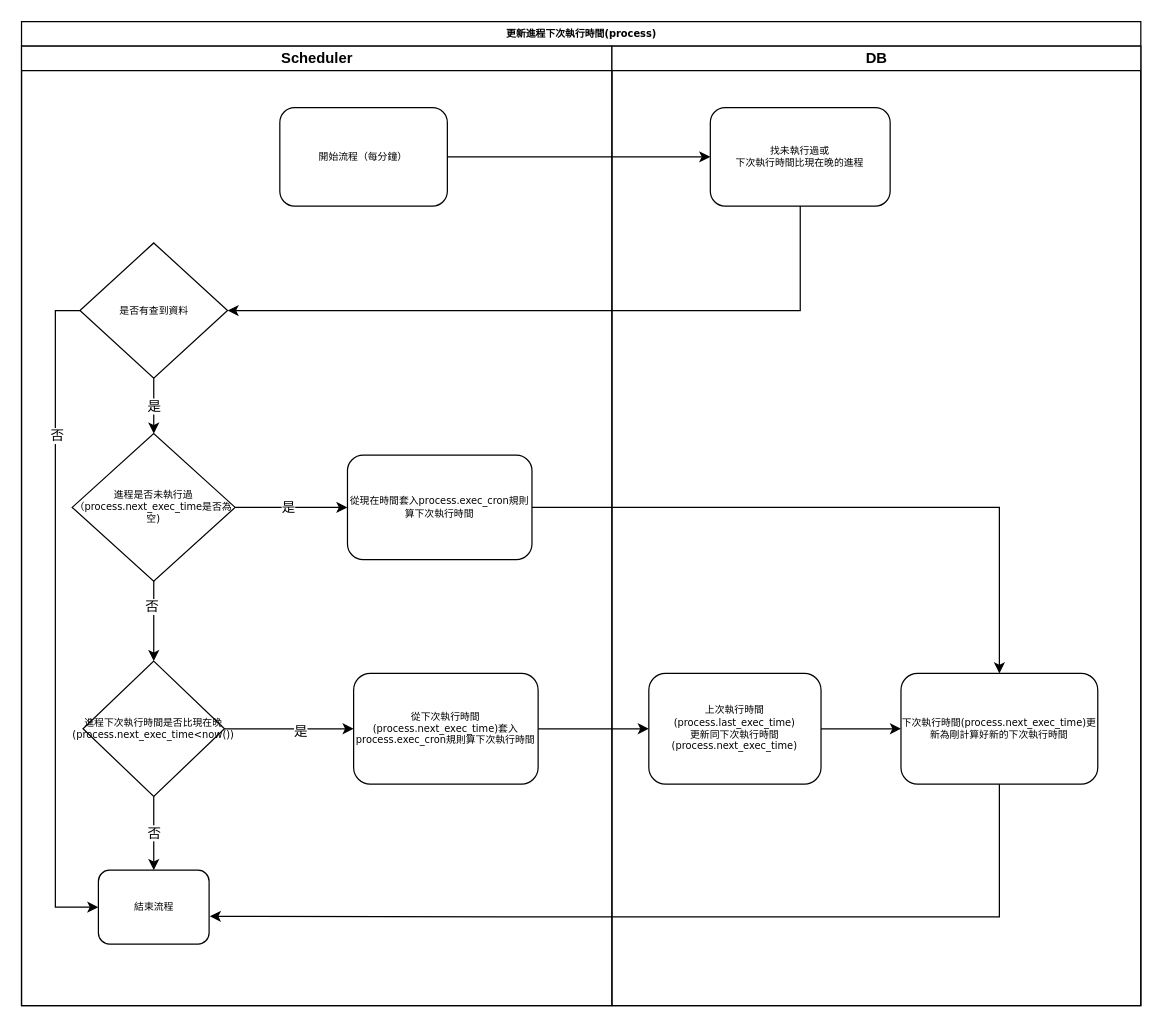
Before: draw-io/Untitled Diagram.drawio in shannonCg/diagram, a draw.io diagram. Source tidied: cells renumbered, new cells numbered last; positions are measured from the earlier drawing's top-left corner, leaving out a move shared by most shapes. Both pictures are drawn from the tidied source at 123%, with x=0, y=0 at pixel (21, 21).
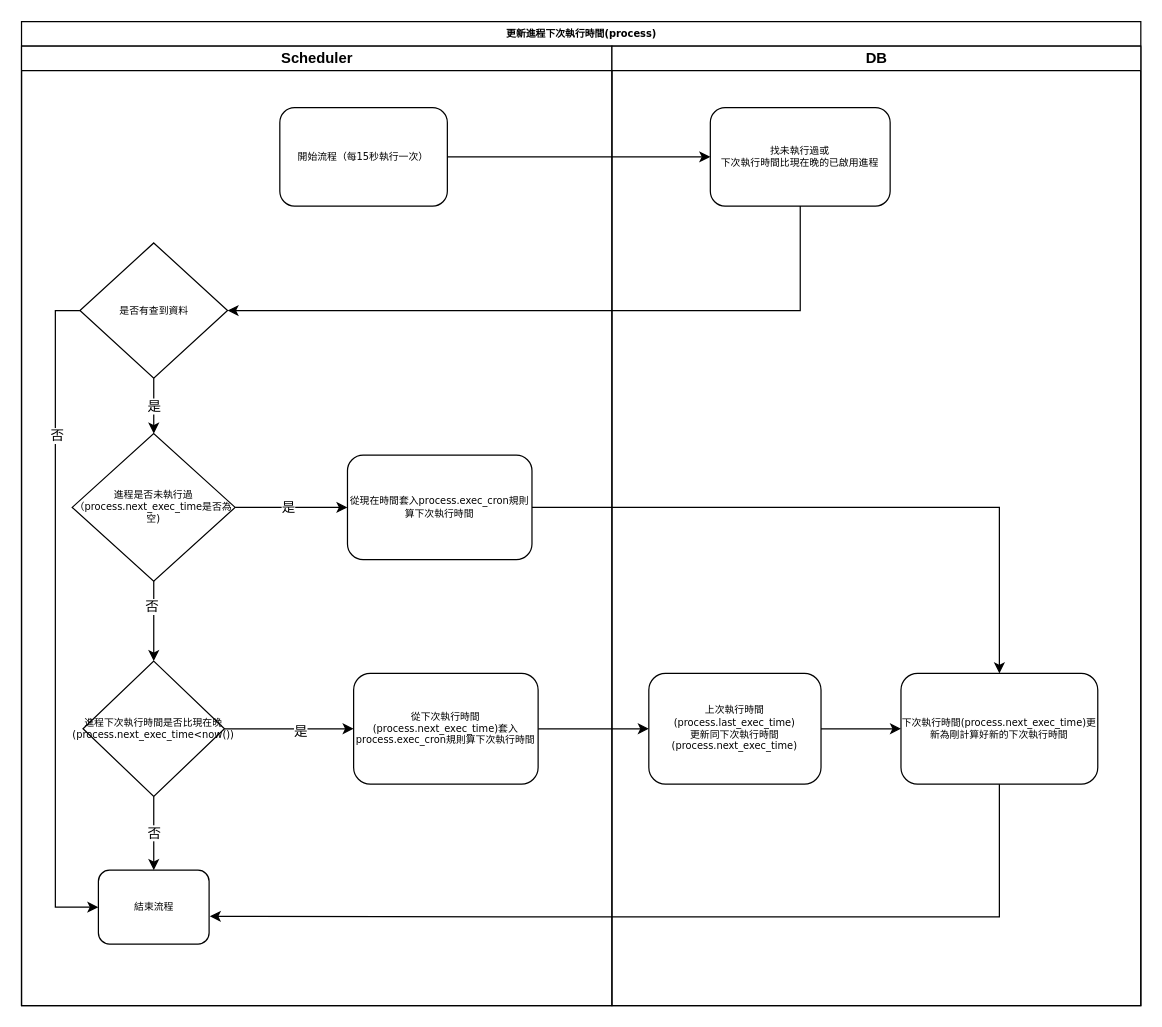
Above is the later version.

The change refers to these unchanged cells:
```xml
<mxCell id="5" value="Scheduler" style="swimlane;html=1;startSize=20;" parent="2" vertex="1">
  <mxGeometry y="20" width="480" height="780" as="geometry" />
</mxCell>
<mxCell id="23" value="DB" style="swimlane;html=1;startSize=20;" parent="2" vertex="1">
  <mxGeometry x="480" y="20" width="430" height="780" as="geometry" />
</mxCell>
```

Change to the diagram source:
```diff
@@
-    <mxCell id="18" value="開始流程（每分鐘）" style="rounded=1;whiteSpace=wrap;html=1;shadow=0;labelBackgroundColor=none;strokeWidth=1;fontFamily=Verdana;fontSize=8;align=center;" parent="5" vertex="1">
+    <mxCell id="18" value="開始流程（每15秒執行一次）" style="rounded=1;whiteSpace=wrap;html=1;shadow=0;labelBackgroundColor=none;strokeWidth=1;fontFamily=Verdana;fontSize=8;align=center;" parent="5" vertex="1">
       <mxGeometry x="210" y="50" width="136.2" height="80" as="geometry" />
     </mxCell>
@@
-    <mxCell id="27" value="找未執行過或&lt;br&gt;下次執行時間比現在晚的進程" style="whiteSpace=wrap;html=1;fontSize=8;fontFamily=Verdana;rounded=1;shadow=0;labelBackgroundColor=none;strokeWidth=1;" parent="23" vertex="1">
+    <mxCell id="27" value="找未執行過或&lt;br&gt;下次執行時間比現在晚的已啟用進程" style="whiteSpace=wrap;html=1;fontSize=8;fontFamily=Verdana;rounded=1;shadow=0;labelBackgroundColor=none;strokeWidth=1;" parent="23" vertex="1">
       <mxGeometry x="80" y="50" width="146.2" height="80" as="geometry" />
     </mxCell>
```
